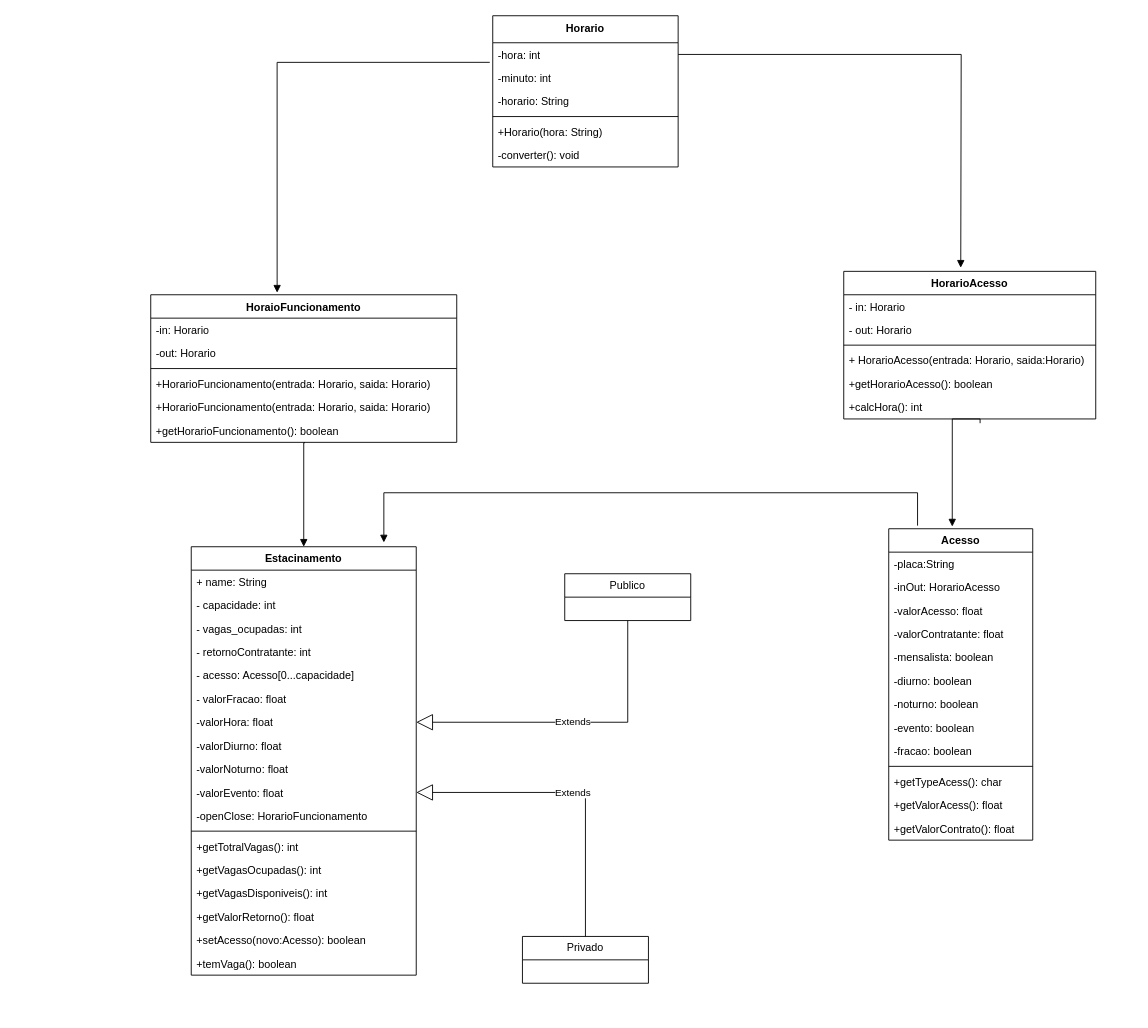
This is TP/Class_Diagram.drawio from Pedronosrins/OO, a draw.io file, before an edit. Source tidied: cells renumbered, new cells numbered last; positions are measured from the earlier drawing's top-left corner, leaving out a move shared by most shapes. Both pictures are drawn from the tidied source at 90%, with x=0, y=0 at pixel (150, 15).
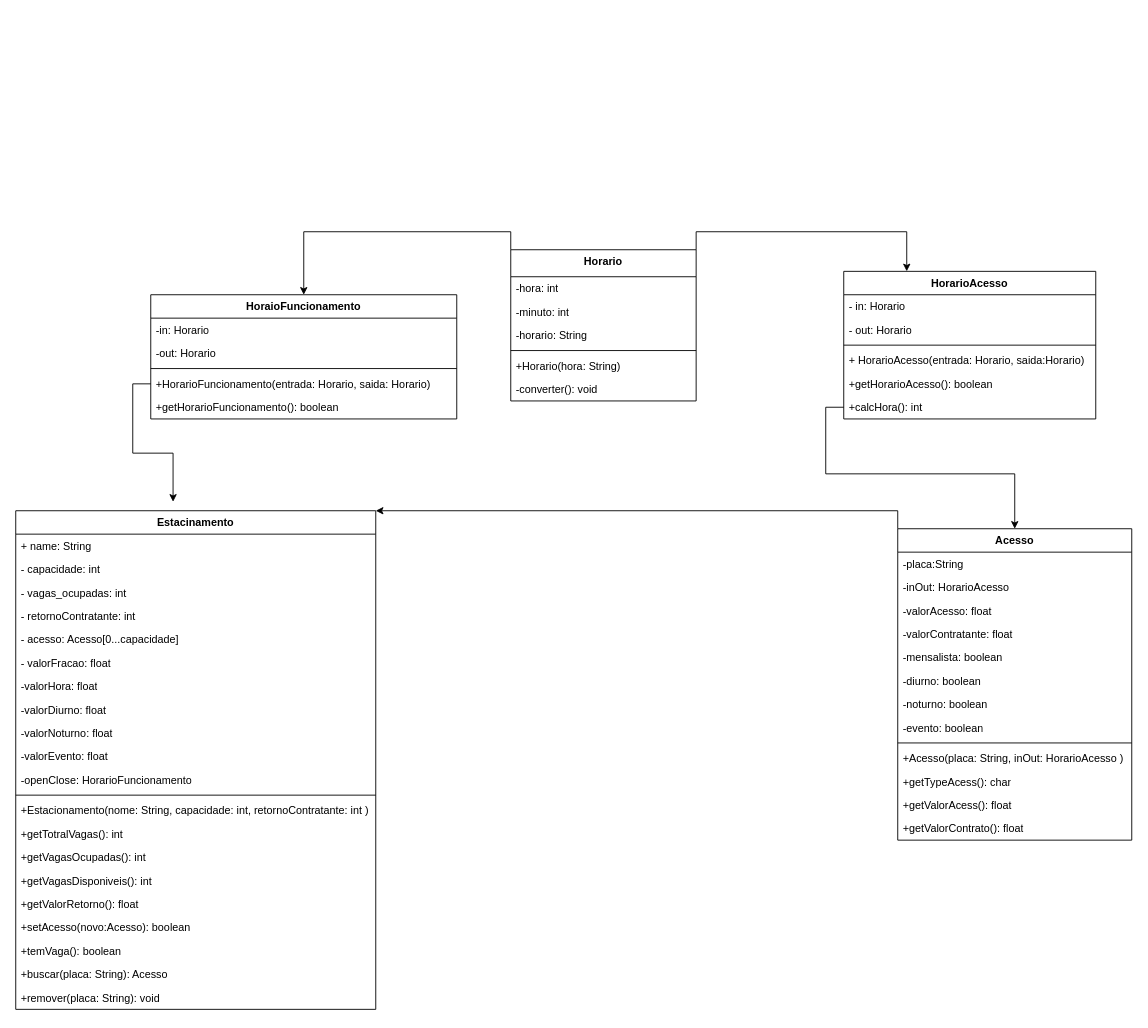
The same diagram, later.

Unchanged cells that the change refers to:
```xml
<mxCell id="38" value="-hora: int" style="text;strokeColor=none;fillColor=none;align=left;verticalAlign=top;spacingLeft=4;spacingRight=4;overflow=hidden;points=[[0,0.5],[1,0.5]];portConstraint=eastwest;whiteSpace=wrap;html=1;" parent="37" vertex="1">
  <mxGeometry y="30" width="206" height="26" as="geometry" />
</mxCell>
<mxCell id="46" value="HorarioAcesso" style="swimlane;fontStyle=1;align=center;verticalAlign=top;horizontal=1;startSize=26;whiteSpace=wrap;html=1;" parent="1" vertex="1">
  <mxGeometry x="770" y="284" width="280" height="164" as="geometry" />
</mxCell>
<mxCell id="52" value="+calcHora(): int&amp;nbsp;" style="text;strokeColor=none;fillColor=none;align=left;verticalAlign=top;spacingLeft=4;spacingRight=4;overflow=hidden;points=[[0,0.5],[1,0.5]];portConstraint=eastwest;whiteSpace=wrap;html=1;" parent="46" vertex="1">
  <mxGeometry y="138" width="280" height="26" as="geometry" />
</mxCell>
```

Diff of the diagram source:
```diff
@@
     <mxCell id="2" value="Estacinamento" style="swimlane;fontStyle=1;align=center;verticalAlign=top;horizontal=1;startSize=26;whiteSpace=wrap;html=1;" parent="1" vertex="1">
-      <mxGeometry x="45" y="590" width="250" height="476" as="geometry" />
+      <mxGeometry x="-150" y="550" width="400" height="554" as="geometry" />
     </mxCell>
     <mxCell id="3" value="+ name: String" style="text;strokeColor=none;fillColor=none;align=left;verticalAlign=top;spacingLeft=4;spacingRight=4;overflow=hidden;whiteSpace=wrap;html=1;" parent="2" vertex="1">
-      <mxGeometry y="26" width="250" height="26" as="geometry" />
+      <mxGeometry y="26" width="400" height="26" as="geometry" />
     </mxCell>
     <mxCell id="4" value="- capacidade: int&amp;nbsp;" style="text;strokeColor=none;fillColor=none;align=left;verticalAlign=top;spacingLeft=4;spacingRight=4;overflow=hidden;whiteSpace=wrap;html=1;" parent="2" vertex="1">
-      <mxGeometry y="52" width="250" height="26" as="geometry" />
+      <mxGeometry y="52" width="400" height="26" as="geometry" />
     </mxCell>
     <mxCell id="5" value="- vagas_ocupadas: int&amp;nbsp;" style="text;strokeColor=none;fillColor=none;align=left;verticalAlign=top;spacingLeft=4;spacingRight=4;overflow=hidden;whiteSpace=wrap;html=1;" parent="2" vertex="1">
-      <mxGeometry y="78" width="250" height="26" as="geometry" />
+      <mxGeometry y="78" width="400" height="26" as="geometry" />
     </mxCell>
     <mxCell id="6" value="- retornoContratante: int&amp;nbsp;" style="text;strokeColor=none;fillColor=none;align=left;verticalAlign=top;spacingLeft=4;spacingRight=4;overflow=hidden;whiteSpace=wrap;html=1;" parent="2" vertex="1">
-      <mxGeometry y="104" width="250" height="26" as="geometry" />
+      <mxGeometry y="104" width="400" height="26" as="geometry" />
     </mxCell>
     <mxCell id="7" value="- acesso: Acesso[0...capacidade]&amp;nbsp;" style="text;strokeColor=none;fillColor=none;align=left;verticalAlign=top;spacingLeft=4;spacingRight=4;overflow=hidden;whiteSpace=wrap;html=1;" parent="2" vertex="1">
-      <mxGeometry y="130" width="250" height="26" as="geometry" />
+      <mxGeometry y="130" width="400" height="26" as="geometry" />
     </mxCell>
     <mxCell id="8" value="- valorFracao: float" style="text;strokeColor=none;fillColor=none;align=left;verticalAlign=top;spacingLeft=4;spacingRight=4;overflow=hidden;whiteSpace=wrap;html=1;" parent="2" vertex="1">
-      <mxGeometry y="156" width="250" height="26" as="geometry" />
+      <mxGeometry y="156" width="400" height="26" as="geometry" />
     </mxCell>
     <mxCell id="9" value="-valorHora: float" style="text;strokeColor=none;fillColor=none;align=left;verticalAlign=top;spacingLeft=4;spacingRight=4;overflow=hidden;points=[[0,0.5],[1,0.5]];portConstraint=eastwest;whiteSpace=wrap;html=1;" parent="2" vertex="1">
-      <mxGeometry y="182" width="250" height="26" as="geometry" />
+      <mxGeometry y="182" width="400" height="26" as="geometry" />
     </mxCell>
     <mxCell id="10" value="-valorDiurno: float" style="text;strokeColor=none;fillColor=none;align=left;verticalAlign=top;spacingLeft=4;spacingRight=4;overflow=hidden;whiteSpace=wrap;html=1;" parent="2" vertex="1">
-      <mxGeometry y="208" width="250" height="26" as="geometry" />
+      <mxGeometry y="208" width="400" height="26" as="geometry" />
     </mxCell>
     <mxCell id="11" value="-valorNoturno: float" style="text;strokeColor=none;fillColor=none;align=left;verticalAlign=top;spacingLeft=4;spacingRight=4;overflow=hidden;whiteSpace=wrap;html=1;" parent="2" vertex="1">
-      <mxGeometry y="234" width="250" height="26" as="geometry" />
+      <mxGeometry y="234" width="400" height="26" as="geometry" />
     </mxCell>
     <mxCell id="12" value="-valorEvento: float" style="text;strokeColor=none;fillColor=none;align=left;verticalAlign=top;spacingLeft=4;spacingRight=4;overflow=hidden;points=[[0,0.5],[1,0.5]];portConstraint=eastwest;whiteSpace=wrap;html=1;" parent="2" vertex="1">
-      <mxGeometry y="260" width="250" height="26" as="geometry" />
+      <mxGeometry y="260" width="400" height="26" as="geometry" />
     </mxCell>
     <mxCell id="13" value="-openClose: HorarioFuncionamento" style="text;strokeColor=none;fillColor=none;align=left;verticalAlign=top;spacingLeft=4;spacingRight=4;overflow=hidden;whiteSpace=wrap;html=1;" parent="2" vertex="1">
-      <mxGeometry y="286" width="250" height="26" as="geometry" />
+      <mxGeometry y="286" width="400" height="26" as="geometry" />
     </mxCell>
     <mxCell id="14" style="line;strokeWidth=1;fillColor=none;align=left;verticalAlign=middle;spacingTop=-1;spacingLeft=3;spacingRight=3;labelPosition=right;strokeColor=inherit;" parent="2" vertex="1">
-      <mxGeometry y="312" width="250" height="8" as="geometry" />
+      <mxGeometry y="312" width="400" height="8" as="geometry" />
     </mxCell>
+    <mxCell id="65" value="+Estacionamento(nome: String, capacidade: int, retornoContratante: int )" style="text;strokeColor=none;fillColor=none;align=left;verticalAlign=top;spacingLeft=4;spacingRight=4;overflow=hidden;whiteSpace=wrap;html=1;" parent="2" vertex="1">
+      <mxGeometry y="320" width="400" height="26" as="geometry" />
+    </mxCell>
     <mxCell id="15" value="+getTotralVagas(): int&amp;nbsp;" style="text;strokeColor=none;fillColor=none;align=left;verticalAlign=top;spacingLeft=4;spacingRight=4;overflow=hidden;whiteSpace=wrap;html=1;" parent="2" vertex="1">
-      <mxGeometry y="320" width="250" height="26" as="geometry" />
+      <mxGeometry y="346" width="400" height="26" as="geometry" />
     </mxCell>
     <mxCell id="16" value="+getVagasOcupadas(): int&amp;nbsp;" style="text;strokeColor=none;fillColor=none;align=left;verticalAlign=top;spacingLeft=4;spacingRight=4;overflow=hidden;whiteSpace=wrap;html=1;" parent="2" vertex="1">
-      <mxGeometry y="346" width="250" height="26" as="geometry" />
+      <mxGeometry y="372" width="400" height="26" as="geometry" />
     </mxCell>
     <mxCell id="17" value="+getVagasDisponiveis(): int&amp;nbsp;" style="text;strokeColor=none;fillColor=none;align=left;verticalAlign=top;spacingLeft=4;spacingRight=4;overflow=hidden;whiteSpace=wrap;html=1;" parent="2" vertex="1">
-      <mxGeometry y="372" width="250" height="26" as="geometry" />
+      <mxGeometry y="398" width="400" height="26" as="geometry" />
     </mxCell>
     <mxCell id="18" value="+getValorRetorno(): float" style="text;strokeColor=none;fillColor=none;align=left;verticalAlign=top;spacingLeft=4;spacingRight=4;overflow=hidden;whiteSpace=wrap;html=1;" parent="2" vertex="1">
-      <mxGeometry y="398" width="250" height="26" as="geometry" />
+      <mxGeometry y="424" width="400" height="26" as="geometry" />
     </mxCell>
     <mxCell id="19" value="+setAcesso(novo:Acesso): boolean&amp;nbsp;" style="text;strokeColor=none;fillColor=none;align=left;verticalAlign=top;spacingLeft=4;spacingRight=4;overflow=hidden;whiteSpace=wrap;html=1;" parent="2" vertex="1">
-      <mxGeometry y="424" width="250" height="26" as="geometry" />
+      <mxGeometry y="450" width="400" height="26" as="geometry" />
     </mxCell>
     <mxCell id="20" value="+temVaga(): boolean&amp;nbsp;" style="text;strokeColor=none;fillColor=none;align=left;verticalAlign=top;spacingLeft=4;spacingRight=4;overflow=hidden;whiteSpace=wrap;html=1;" parent="2" vertex="1">
-      <mxGeometry y="450" width="250" height="26" as="geometry" />
+      <mxGeometry y="476" width="400" height="26" as="geometry" />
     </mxCell>
+    <mxCell id="66" value="+buscar(placa: String): Acesso&amp;nbsp;" style="text;strokeColor=none;fillColor=none;align=left;verticalAlign=top;spacingLeft=4;spacingRight=4;overflow=hidden;whiteSpace=wrap;html=1;" parent="2" vertex="1">
+      <mxGeometry y="502" width="400" height="26" as="geometry" />
+    </mxCell>
+    <mxCell id="67" value="+remover(placa: String): void" style="text;strokeColor=none;fillColor=none;align=left;verticalAlign=top;spacingLeft=4;spacingRight=4;overflow=hidden;whiteSpace=wrap;html=1;" parent="2" vertex="1">
+      <mxGeometry y="528" width="400" height="26" as="geometry" />
+    </mxCell>
+    <mxCell id="64" style="edgeStyle=orthogonalEdgeStyle;rounded=0;jettySize=auto;html=1;exitX=0;exitY=0;exitDx=0;exitDy=0;entryX=1;entryY=0;entryDx=0;entryDy=0;" parent="1" edge="1" source="21" target="2">
+      <mxGeometry relative="1" as="geometry" />
+    </mxCell>
     <mxCell id="21" value="Acesso" style="swimlane;fontStyle=1;align=center;verticalAlign=top;horizontal=1;startSize=26;whiteSpace=wrap;html=1;" parent="1" vertex="1">
-      <mxGeometry x="820" y="570" width="160" height="346" as="geometry" />
+      <mxGeometry x="830" y="570" width="260" height="346" as="geometry" />
     </mxCell>
     <mxCell id="22" value="-placa:String" style="text;strokeColor=none;fillColor=none;align=left;verticalAlign=top;spacingLeft=4;spacingRight=4;overflow=hidden;whiteSpace=wrap;html=1;" parent="21" vertex="1">
-      <mxGeometry y="26" width="160" height="26" as="geometry" />
+      <mxGeometry y="26" width="260" height="26" as="geometry" />
     </mxCell>
     <mxCell id="23" value="-inOut: HorarioAcesso" style="text;strokeColor=none;fillColor=none;align=left;verticalAlign=top;spacingLeft=4;spacingRight=4;overflow=hidden;whiteSpace=wrap;html=1;" parent="21" vertex="1">
-      <mxGeometry y="52" width="160" height="26" as="geometry" />
+      <mxGeometry y="52" width="260" height="26" as="geometry" />
     </mxCell>
     <mxCell id="24" value="-valorAcesso: float" style="text;strokeColor=none;fillColor=none;align=left;verticalAlign=top;spacingLeft=4;spacingRight=4;overflow=hidden;whiteSpace=wrap;html=1;" parent="21" vertex="1">
-      <mxGeometry y="78" width="160" height="26" as="geometry" />
+      <mxGeometry y="78" width="260" height="26" as="geometry" />
     </mxCell>
     <mxCell id="25" value="-valorContratante: float" style="text;strokeColor=none;fillColor=none;align=left;verticalAlign=top;spacingLeft=4;spacingRight=4;overflow=hidden;whiteSpace=wrap;html=1;" parent="21" vertex="1">
-      <mxGeometry y="104" width="160" height="26" as="geometry" />
+      <mxGeometry y="104" width="260" height="26" as="geometry" />
     </mxCell>
     <mxCell id="26" value="-mensalista: boolean" style="text;strokeColor=none;fillColor=none;align=left;verticalAlign=top;spacingLeft=4;spacingRight=4;overflow=hidden;whiteSpace=wrap;html=1;" parent="21" vertex="1">
-      <mxGeometry y="130" width="160" height="26" as="geometry" />
+      <mxGeometry y="130" width="260" height="26" as="geometry" />
     </mxCell>
     <mxCell id="27" value="-diurno: boolean" style="text;strokeColor=none;fillColor=none;align=left;verticalAlign=top;spacingLeft=4;spacingRight=4;overflow=hidden;whiteSpace=wrap;html=1;" parent="21" vertex="1">
-      <mxGeometry y="156" width="160" height="26" as="geometry" />
+      <mxGeometry y="156" width="260" height="26" as="geometry" />
     </mxCell>
     <mxCell id="28" value="-noturno: boolean" style="text;strokeColor=none;fillColor=none;align=left;verticalAlign=top;spacingLeft=4;spacingRight=4;overflow=hidden;whiteSpace=wrap;html=1;" parent="21" vertex="1">
-      <mxGeometry y="182" width="160" height="26" as="geometry" />
+      <mxGeometry y="182" width="260" height="26" as="geometry" />
     </mxCell>
     <mxCell id="29" value="-evento: boolean" style="text;strokeColor=none;fillColor=none;align=left;verticalAlign=top;spacingLeft=4;spacingRight=4;overflow=hidden;whiteSpace=wrap;html=1;" parent="21" vertex="1">
-      <mxGeometry y="208" width="160" height="26" as="geometry" />
+      <mxGeometry y="208" width="260" height="26" as="geometry" />
     </mxCell>
-    <mxCell id="30" value="-fracao: boolean" style="text;strokeColor=none;fillColor=none;align=left;verticalAlign=top;spacingLeft=4;spacingRight=4;overflow=hidden;whiteSpace=wrap;html=1;" parent="21" vertex="1">
-      <mxGeometry y="234" width="160" height="26" as="geometry" />
-    </mxCell>
     <mxCell id="31" style="line;strokeWidth=1;fillColor=none;align=left;verticalAlign=middle;spacingTop=-1;spacingLeft=3;spacingRight=3;labelPosition=right;strokeColor=inherit;" parent="21" vertex="1">
-      <mxGeometry y="260" width="160" height="8" as="geometry" />
+      <mxGeometry y="234" width="260" height="8" as="geometry" />
     </mxCell>
+    <mxCell id="68" value="+Acesso(placa: String, inOut: HorarioAcesso )" style="text;strokeColor=none;fillColor=none;align=left;verticalAlign=top;spacingLeft=4;spacingRight=4;overflow=hidden;whiteSpace=wrap;html=1;" parent="21" vertex="1">
+      <mxGeometry y="242" width="260" height="26" as="geometry" />
+    </mxCell>
     <mxCell id="32" value="+getTypeAcess(): char" style="text;strokeColor=none;fillColor=none;align=left;verticalAlign=top;spacingLeft=4;spacingRight=4;overflow=hidden;whiteSpace=wrap;html=1;" parent="21" vertex="1">
-      <mxGeometry y="268" width="160" height="26" as="geometry" />
+      <mxGeometry y="268" width="260" height="26" as="geometry" />
     </mxCell>
     <mxCell id="33" value="+getValorAcess(): float" style="text;strokeColor=none;fillColor=none;align=left;verticalAlign=top;spacingLeft=4;spacingRight=4;overflow=hidden;whiteSpace=wrap;html=1;" parent="21" vertex="1">
-      <mxGeometry y="294" width="160" height="26" as="geometry" />
+      <mxGeometry y="294" width="260" height="26" as="geometry" />
     </mxCell>
     <mxCell id="34" value="+getValorContrato(): float" style="text;strokeColor=none;fillColor=none;align=left;verticalAlign=top;spacingLeft=4;spacingRight=4;overflow=hidden;whiteSpace=wrap;html=1;" parent="21" vertex="1">
-      <mxGeometry y="320" width="160" height="26" as="geometry" />
+      <mxGeometry y="320" width="260" height="26" as="geometry" />
     </mxCell>
-    <mxCell id="35" value="Publico" style="swimlane;fontStyle=0;horizontal=1;startSize=26;fillColor=none;whiteSpace=wrap;html=1;" parent="1" vertex="1">
-      <mxGeometry x="460" y="620" width="140" height="52" as="geometry" />
-    </mxCell>
-    <mxCell id="36" value="Privado" style="swimlane;fontStyle=0;horizontal=1;startSize=26;fillColor=none;whiteSpace=wrap;html=1;" parent="1" vertex="1">
-      <mxGeometry x="413" y="1023" width="140" height="52" as="geometry" />
-    </mxCell>
+    <mxCell id="69" style="edgeStyle=orthogonalEdgeStyle;rounded=0;jettySize=auto;html=1;exitX=0;exitY=0;exitDx=0;exitDy=0;entryX=0.5;entryY=0;entryDx=0;entryDy=0;" parent="1" edge="1" source="37" target="53">
+      <mxGeometry relative="1" as="geometry" />
+    </mxCell>
+    <mxCell id="70" style="edgeStyle=orthogonalEdgeStyle;rounded=0;jettySize=auto;html=1;exitX=1;exitY=0;exitDx=0;exitDy=0;entryX=0.25;entryY=0;entryDx=0;entryDy=0;" parent="1" edge="1" source="37" target="46">
+      <mxGeometry relative="1" as="geometry" />
+    </mxCell>
     <mxCell id="37" value="Horario" style="swimlane;fontStyle=1;align=center;verticalAlign=top;horizontal=1;startSize=30;whiteSpace=wrap;html=1;" parent="1" vertex="1">
-      <mxGeometry x="380" width="206" height="168" as="geometry" />
+      <mxGeometry x="400" y="260" width="206" height="168" as="geometry" />
     </mxCell>
@@
-    <mxCell id="44" value="Extends" style="endArrow=block;endSize=16;endFill=0;html=1;rounded=0;entryX=1;entryY=0.5;entryDx=0;entryDy=0;exitX=0.5;exitY=1;exitDx=0;exitDy=0;" parent="1" edge="1" source="35" target="9">
-      <mxGeometry relative="1" as="geometry">
-        <Array as="points">
-          <mxPoint x="530" y="785" />
-        </Array>
-      </mxGeometry>
-    </mxCell>
-    <mxCell id="45" value="Extends" style="endArrow=block;endSize=16;endFill=0;html=1;rounded=0;entryX=1;entryY=0.5;entryDx=0;entryDy=0;exitX=0.5;exitY=0;exitDx=0;exitDy=0;" parent="1" edge="1" source="36" target="12">
-      <mxGeometry relative="1" as="geometry">
-        <Array as="points">
-          <mxPoint x="483" y="863" />
-        </Array>
-      </mxGeometry>
-    </mxCell>
@@
     <mxCell id="53" value="HoraioFuncionamento" style="swimlane;fontStyle=1;align=center;verticalAlign=top;horizontal=1;startSize=26;whiteSpace=wrap;html=1;" parent="1" vertex="1">
-      <mxGeometry y="310" width="340" height="164" as="geometry" />
+      <mxGeometry y="310" width="340" height="138" as="geometry" />
     </mxCell>
@@
-    <mxCell id="57" value="+HorarioFuncionamento(entrada: Horario, saida: Horario)" style="text;strokeColor=none;fillColor=none;align=left;verticalAlign=top;spacingLeft=4;spacingRight=4;overflow=hidden;whiteSpace=wrap;html=1;" parent="53" vertex="1">
-      <mxGeometry y="86" width="340" height="26" as="geometry" />
-    </mxCell>
     <mxCell id="58" value="+HorarioFuncionamento(entrada: Horario, saida: Horario)" style="text;strokeColor=none;fillColor=none;align=left;verticalAlign=top;spacingLeft=4;spacingRight=4;overflow=hidden;points=[[0,0.5],[1,0.5]];portConstraint=eastwest;whiteSpace=wrap;html=1;" parent="53" vertex="1">
-      <mxGeometry y="112" width="340" height="26" as="geometry" />
+      <mxGeometry y="86" width="340" height="26" as="geometry" />
     </mxCell>
     <mxCell id="59" value="+getHorarioFuncionamento(): boolean" style="text;strokeColor=none;fillColor=none;align=left;verticalAlign=top;spacingLeft=4;spacingRight=4;overflow=hidden;points=[[0,0.5],[1,0.5]];portConstraint=eastwest;whiteSpace=wrap;html=1;" parent="53" vertex="1">
-      <mxGeometry y="138" width="340" height="26" as="geometry" />
+      <mxGeometry y="112" width="340" height="26" as="geometry" />
     </mxCell>
-    <mxCell id="60" style="endArrow=block;endFill=1;html=1;edgeStyle=orthogonalEdgeStyle;align=left;verticalAlign=top;rounded=0;exitX=0.504;exitY=1.014;exitDx=0;exitDy=0;exitPerimeter=0;" parent="1" edge="1" source="59" target="2">
-      <mxGeometry x="-1" relative="1" as="geometry">
-        <Array as="points">
-          <mxPoint x="170" y="474" />
-        </Array>
-      </mxGeometry>
-    </mxCell>
-    <mxCell id="61" style="endArrow=block;endFill=1;html=1;edgeStyle=orthogonalEdgeStyle;align=left;verticalAlign=top;rounded=0;exitX=1;exitY=0.5;exitDx=0;exitDy=0;" parent="1" edge="1" source="38">
-      <mxGeometry x="-1" relative="1" as="geometry">
-        <mxPoint x="900" y="280" as="targetPoint" />
-      </mxGeometry>
-    </mxCell>
-    <mxCell id="62" style="endArrow=block;endFill=1;html=1;edgeStyle=orthogonalEdgeStyle;align=left;verticalAlign=top;rounded=0;exitX=-0.016;exitY=0.837;exitDx=0;exitDy=0;entryX=0.413;entryY=-0.014;entryDx=0;entryDy=0;entryPerimeter=0;exitPerimeter=0;" parent="1" edge="1" source="38" target="53">
-      <mxGeometry x="-1" relative="1" as="geometry" />
-    </mxCell>
+    <mxCell id="71" style="edgeStyle=orthogonalEdgeStyle;rounded=0;jettySize=auto;html=1;exitX=0;exitY=0.5;exitDx=0;exitDy=0;entryX=0.437;entryY=-0.018;entryDx=0;entryDy=0;entryPerimeter=0;" parent="1" edge="1" source="58" target="2">
+      <mxGeometry relative="1" as="geometry" />
+    </mxCell>
-    <mxCell id="63" style="endArrow=block;endFill=1;html=1;edgeStyle=orthogonalEdgeStyle;align=left;verticalAlign=top;rounded=0;exitX=0.541;exitY=1.181;exitDx=0;exitDy=0;exitPerimeter=0;entryX=0.441;entryY=-0.007;entryDx=0;entryDy=0;entryPerimeter=0;" parent="1" edge="1" source="52" target="21">
-      <mxGeometry x="-1" relative="1" as="geometry">
-        <Array as="points">
-          <mxPoint x="921" y="448" />
-          <mxPoint x="891" y="448" />
-        </Array>
-      </mxGeometry>
+    <mxCell id="63" style="edgeStyle=orthogonalEdgeStyle;rounded=0;jettySize=auto;html=1;exitX=0;exitY=0.5;exitDx=0;exitDy=0;entryX=0.5;entryY=0;entryDx=0;entryDy=0;" parent="1" edge="1" source="52" target="21">
+      <mxGeometry relative="1" as="geometry" />
     </mxCell>
-    <mxCell id="64" style="endArrow=block;endFill=1;html=1;edgeStyle=orthogonalEdgeStyle;align=left;verticalAlign=top;rounded=0;exitX=0.2;exitY=-0.01;exitDx=0;exitDy=0;exitPerimeter=0;entryX=0.856;entryY=-0.01;entryDx=0;entryDy=0;entryPerimeter=0;" parent="1" edge="1" source="21" target="2">
-      <mxGeometry x="-1" relative="1" as="geometry">
-        <Array as="points">
-          <mxPoint x="852" y="530" />
-          <mxPoint x="259" y="530" />
-        </Array>
-      </mxGeometry>
-    </mxCell>
```
